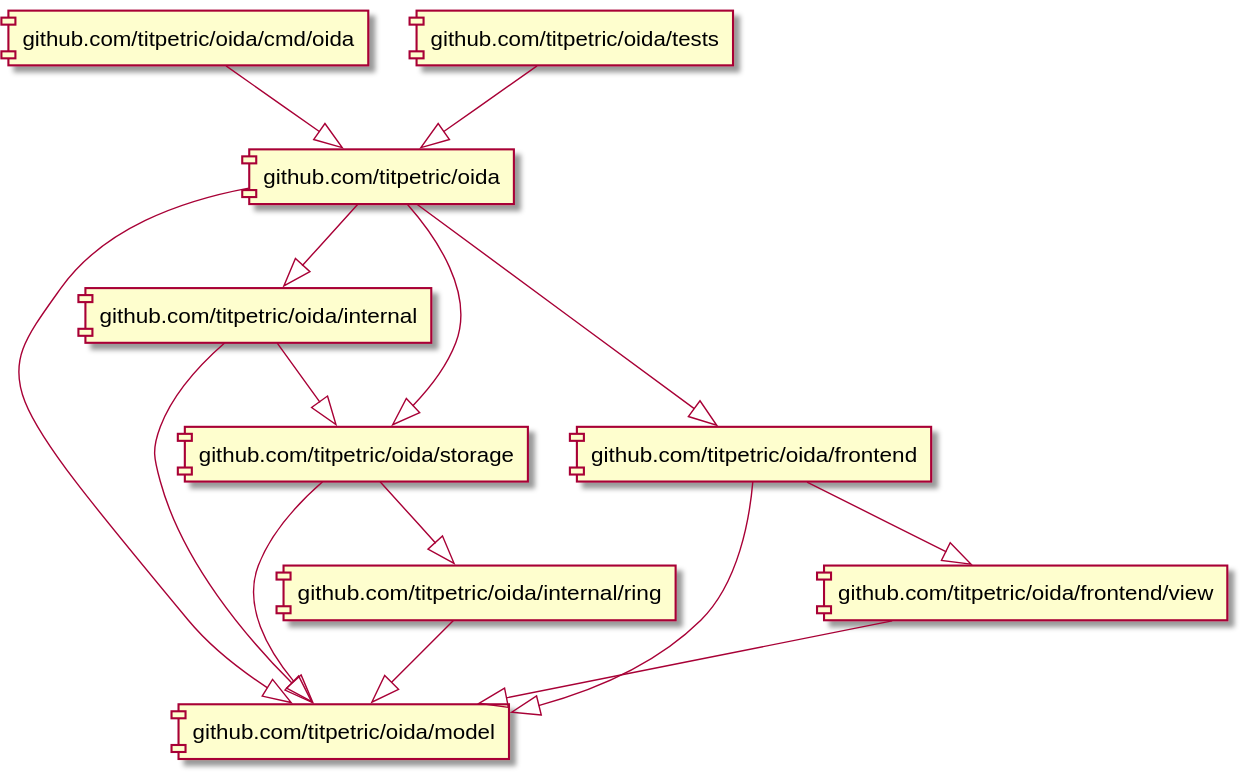
Above: docs/assets/imports.svg in titpetric/oida (PlantUML), before the change.
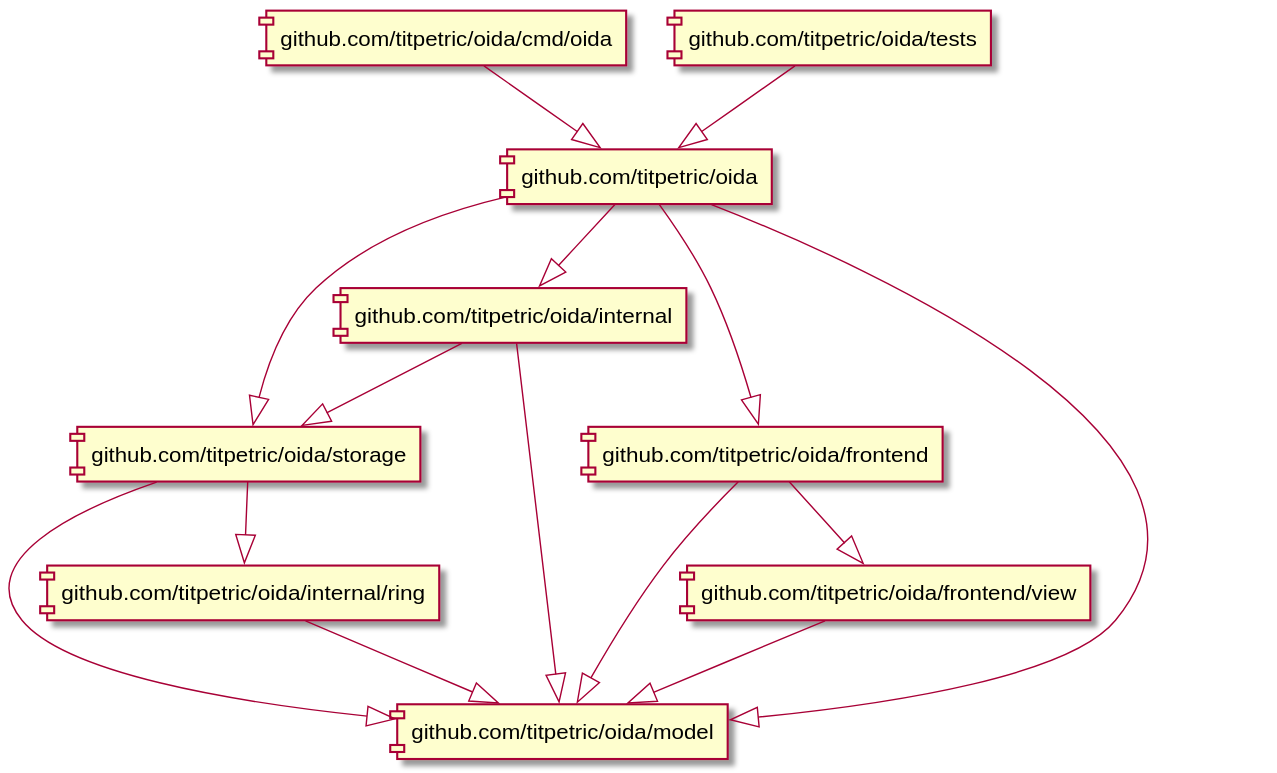
The same diagram one commit later.

Commit message:
build: render docs, coverage and diagrams through splint

What changed in the source:
```diff
@@ -1,14 +1,14 @@
 @startuml
-[github.com/titpetric/oida] --|> [github.com/titpetric/oida/model]
 [github.com/titpetric/oida] --|> [github.com/titpetric/oida/internal]
 [github.com/titpetric/oida] --|> [github.com/titpetric/oida/storage]
 [github.com/titpetric/oida] --|> [github.com/titpetric/oida/frontend]
+[github.com/titpetric/oida] --|> [github.com/titpetric/oida/model]
 [github.com/titpetric/oida/cmd/oida] --|> [github.com/titpetric/oida]
 [github.com/titpetric/oida/frontend] --|> [github.com/titpetric/oida/frontend/view]
 [github.com/titpetric/oida/frontend] --|> [github.com/titpetric/oida/model]
 [github.com/titpetric/oida/frontend/view] --|> [github.com/titpetric/oida/model]
+[github.com/titpetric/oida/internal] --|> [github.com/titpetric/oida/model]
 [github.com/titpetric/oida/internal] --|> [github.com/titpetric/oida/storage]
-[github.com/titpetric/oida/internal] --|> [github.com/titpetric/oida/model]
 [github.com/titpetric/oida/internal/ring] --|> [github.com/titpetric/oida/model]
 [github.com/titpetric/oida/storage] --|> [github.com/titpetric/oida/internal/ring]
 [github.com/titpetric/oida/storage] --|> [github.com/titpetric/oida/model]
```
